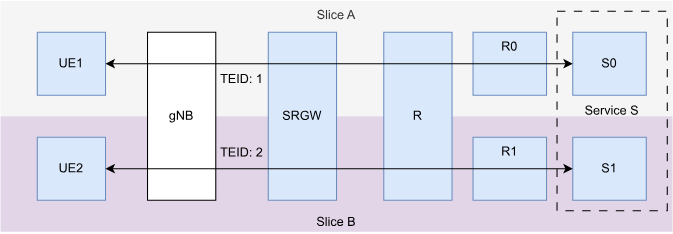
This is images/testbed_simplified.svg from louisroyer/test-srv6-mup, a draw.io export, as it was before one commit. Source tidied: cells renumbered, new cells last; positions are measured from the earlier drawing's top-left corner, leaving out a move shared by most shapes. Source of this version:
```xml
<mxGraphModel>
  <root>
    <mxCell id="0" />
    <mxCell id="1" parent="0" />
    <mxCell id="2" value="Slice B" style="rounded=0;whiteSpace=wrap;html=1;verticalAlign=bottom;strokeColor=none;fillColor=#e1d5e7;" parent="1" vertex="1">
      <mxGeometry y="110" width="640" height="110" as="geometry" />
    </mxCell>
    <mxCell id="3" value="Slice A" style="rounded=0;whiteSpace=wrap;html=1;verticalAlign=top;fillColor=#f5f5f5;fontColor=#333333;strokeColor=none;" parent="1" vertex="1">
      <mxGeometry width="640" height="110" as="geometry" />
    </mxCell>
    <mxCell id="4" value="Service S" style="rounded=0;whiteSpace=wrap;html=1;strokeColor=default;fillColor=none;dashed=1;dashPattern=8 8;" parent="1" vertex="1">
      <mxGeometry x="530" y="10" width="105" height="190" as="geometry" />
    </mxCell>
    <mxCell id="5" value="gNB" style="rounded=0;whiteSpace=wrap;html=1;verticalAlign=middle;" parent="1" vertex="1">
      <mxGeometry x="140" y="30" width="65" height="160" as="geometry" />
    </mxCell>
    <mxCell id="6" value="&lt;div&gt;UE2&lt;/div&gt;" style="rounded=0;whiteSpace=wrap;html=1;fillColor=#dae8fc;strokeColor=#6c8ebf;" parent="1" vertex="1">
      <mxGeometry x="35" y="130" width="65" height="60" as="geometry" />
    </mxCell>
    <mxCell id="7" value="&lt;div&gt;SRGW&lt;/div&gt;" style="rounded=0;whiteSpace=wrap;html=1;verticalAlign=middle;fillColor=#dae8fc;strokeColor=#6c8ebf;" parent="1" vertex="1">
      <mxGeometry x="255" y="30" width="65" height="160" as="geometry" />
    </mxCell>
    <mxCell id="8" value="&lt;div&gt;R&lt;/div&gt;" style="rounded=0;whiteSpace=wrap;html=1;verticalAlign=middle;fillColor=#dae8fc;strokeColor=#6c8ebf;" parent="1" vertex="1">
      <mxGeometry x="365" y="30" width="65" height="160" as="geometry" />
    </mxCell>
    <mxCell id="9" value="&lt;div&gt;R0&lt;/div&gt;" style="rounded=0;whiteSpace=wrap;html=1;verticalAlign=top;fillColor=#dae8fc;strokeColor=#6c8ebf;" parent="1" vertex="1">
      <mxGeometry x="450" y="30" width="70" height="60" as="geometry" />
    </mxCell>
    <mxCell id="10" value="&lt;div&gt;R1&lt;/div&gt;" style="rounded=0;whiteSpace=wrap;html=1;verticalAlign=top;fillColor=#dae8fc;strokeColor=#6c8ebf;" parent="1" vertex="1">
      <mxGeometry x="450" y="130" width="70" height="60" as="geometry" />
    </mxCell>
    <mxCell id="11" value="S1" style="rounded=0;whiteSpace=wrap;html=1;fillColor=#dae8fc;strokeColor=#6c8ebf;" parent="1" vertex="1">
      <mxGeometry x="545" y="130" width="70" height="60" as="geometry" />
    </mxCell>
    <mxCell id="12" value="&lt;div&gt;S0&lt;/div&gt;" style="rounded=0;whiteSpace=wrap;html=1;fillColor=#dae8fc;strokeColor=#6c8ebf;" parent="1" vertex="1">
      <mxGeometry x="545" y="30" width="70" height="60" as="geometry" />
    </mxCell>
    <mxCell id="13" value="&lt;div&gt;UE1&lt;/div&gt;" style="rounded=0;whiteSpace=wrap;html=1;fillColor=#dae8fc;strokeColor=#6c8ebf;" parent="1" vertex="1">
      <mxGeometry x="35" y="30" width="65" height="60" as="geometry" />
    </mxCell>
    <mxCell id="14" style="endArrow=classic;startArrow=classic;html=1;rounded=0;entryX=0;entryY=0.5;entryDx=0;entryDy=0;" parent="1" edge="1" target="12">
      <mxGeometry relative="1" as="geometry">
        <mxPoint x="100" y="60" as="sourcePoint" />
      </mxGeometry>
    </mxCell>
    <mxCell id="15" style="endArrow=classic;startArrow=classic;html=1;rounded=0;" parent="1" edge="1" target="11">
      <mxGeometry relative="1" as="geometry">
        <mxPoint x="100" y="160" as="sourcePoint" />
      </mxGeometry>
    </mxCell>
    <mxCell id="16" value="TEID: 1" style="text;html=1;strokeColor=none;fillColor=none;align=center;verticalAlign=middle;whiteSpace=wrap;rounded=0;" parent="1" vertex="1">
      <mxGeometry x="205" y="60" width="50" height="30" as="geometry" />
    </mxCell>
    <mxCell id="17" value="TEID: 2" style="text;html=1;strokeColor=none;fillColor=none;align=center;verticalAlign=middle;whiteSpace=wrap;rounded=0;" parent="1" vertex="1">
      <mxGeometry x="205" y="130" width="50" height="30" as="geometry" />
    </mxCell>
  </root>
</mxGraphModel>
```
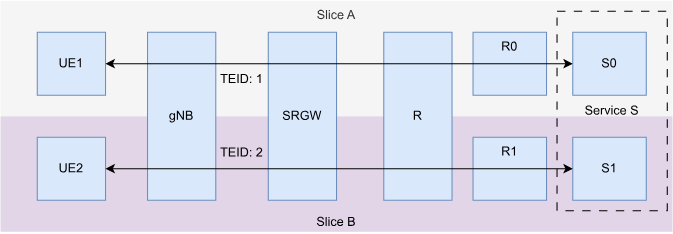
After the commit.

Diff of the diagram source:
```diff
@@ -11,7 +11,7 @@
     <mxCell id="4" value="Service S" style="rounded=0;whiteSpace=wrap;html=1;strokeColor=default;fillColor=none;dashed=1;dashPattern=8 8;" parent="1" vertex="1">
       <mxGeometry x="530" y="10" width="105" height="190" as="geometry" />
     </mxCell>
-    <mxCell id="5" value="gNB" style="rounded=0;whiteSpace=wrap;html=1;verticalAlign=middle;" parent="1" vertex="1">
+    <mxCell id="5" value="gNB" style="rounded=0;whiteSpace=wrap;html=1;verticalAlign=middle;fillColor=#dae8fc;strokeColor=#6c8ebf;" parent="1" vertex="1">
       <mxGeometry x="140" y="30" width="65" height="160" as="geometry" />
     </mxCell>
     <mxCell id="6" value="&lt;div&gt;UE2&lt;/div&gt;" style="rounded=0;whiteSpace=wrap;html=1;fillColor=#dae8fc;strokeColor=#6c8ebf;" parent="1" vertex="1">
```
